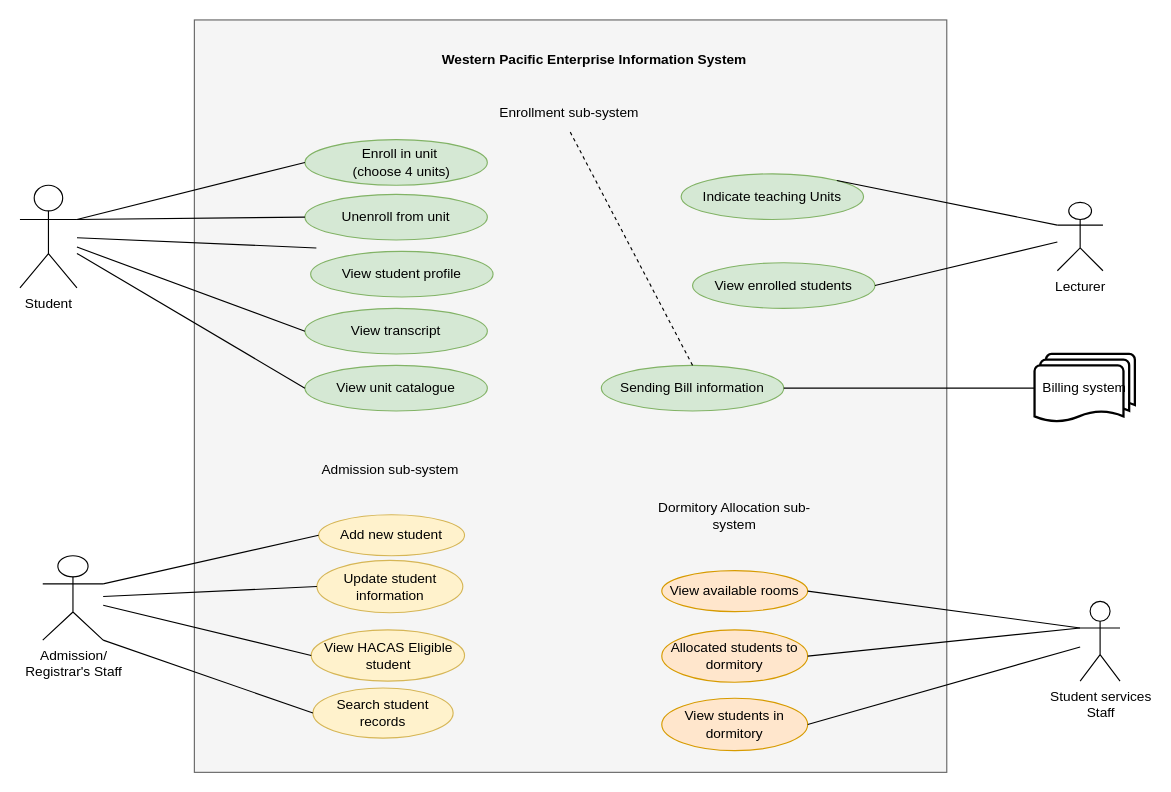
Earlier version of the draw.io diagram page "Use Case Diagram - Western Pacific University" (2 of 3) of Untitled Diagram.drawio (Nash230/IS403SystemsAnalysis-Design_MP). Source tidied: cells renumbered, new cells numbered last; positions are measured from the earlier drawing's top-left corner, leaving out a move shared by most shapes. Both pictures are drawn from the tidied source at 114%, with x=0, y=0 at pixel (19, 19).
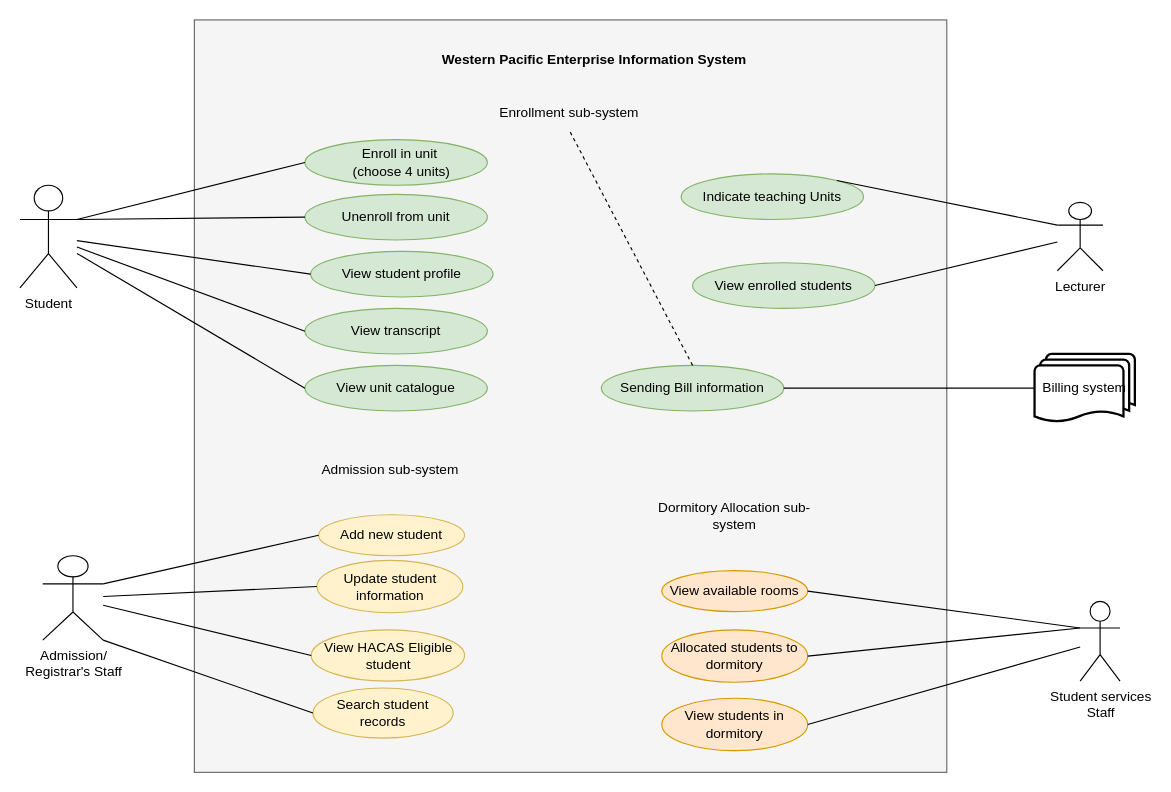
Above is the later version.

Unchanged cells that the change refers to:
```xml
<mxCell id="3" value="Student" style="shape=umlActor;verticalLabelPosition=bottom;verticalAlign=top;html=1;outlineConnect=0;" parent="1" vertex="1">
  <mxGeometry y="145" width="50" height="90" as="geometry" />
</mxCell>
<mxCell id="9" value="View student profile" style="ellipse;whiteSpace=wrap;html=1;fillColor=#d5e8d4;strokeColor=#82b366;" parent="1" vertex="1">
  <mxGeometry x="255" y="203" width="160" height="40" as="geometry" />
</mxCell>
```

The edit, as a diff of the source:
```diff
@@
-    <mxCell id="12" style="endArrow=none;html=1;rounded=0;" parent="1" edge="1" source="3">
-      <mxGeometry relative="1" as="geometry">
-        <mxPoint x="260" y="200" as="targetPoint" />
-      </mxGeometry>
+    <mxCell id="12" style="endArrow=none;html=1;rounded=0;entryX=0;entryY=0.5;entryDx=0;entryDy=0;" parent="1" edge="1" source="3" target="9">
+      <mxGeometry relative="1" as="geometry" />
     </mxCell>
```
